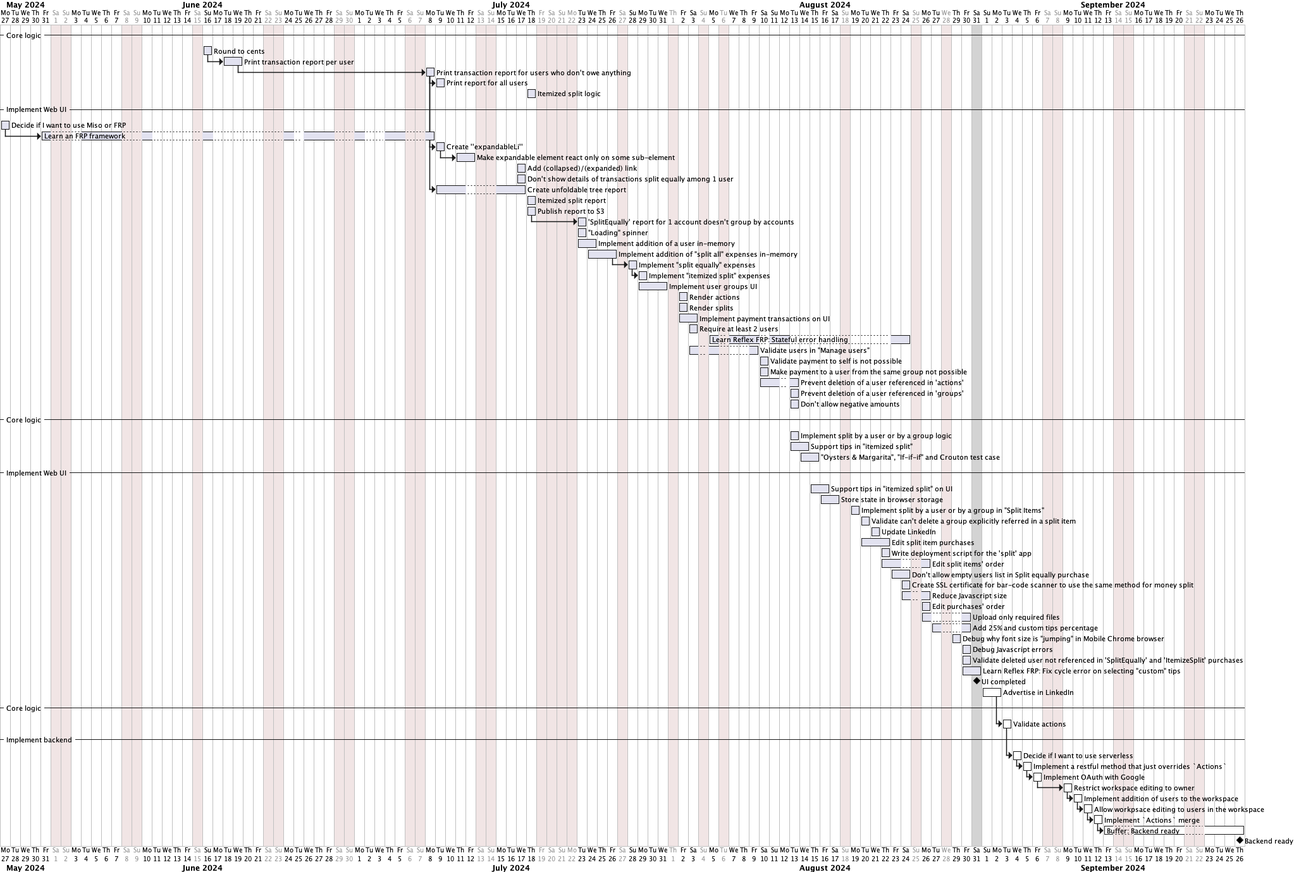
The PlantUML diagram plan.png in tellary/split, before a commit.
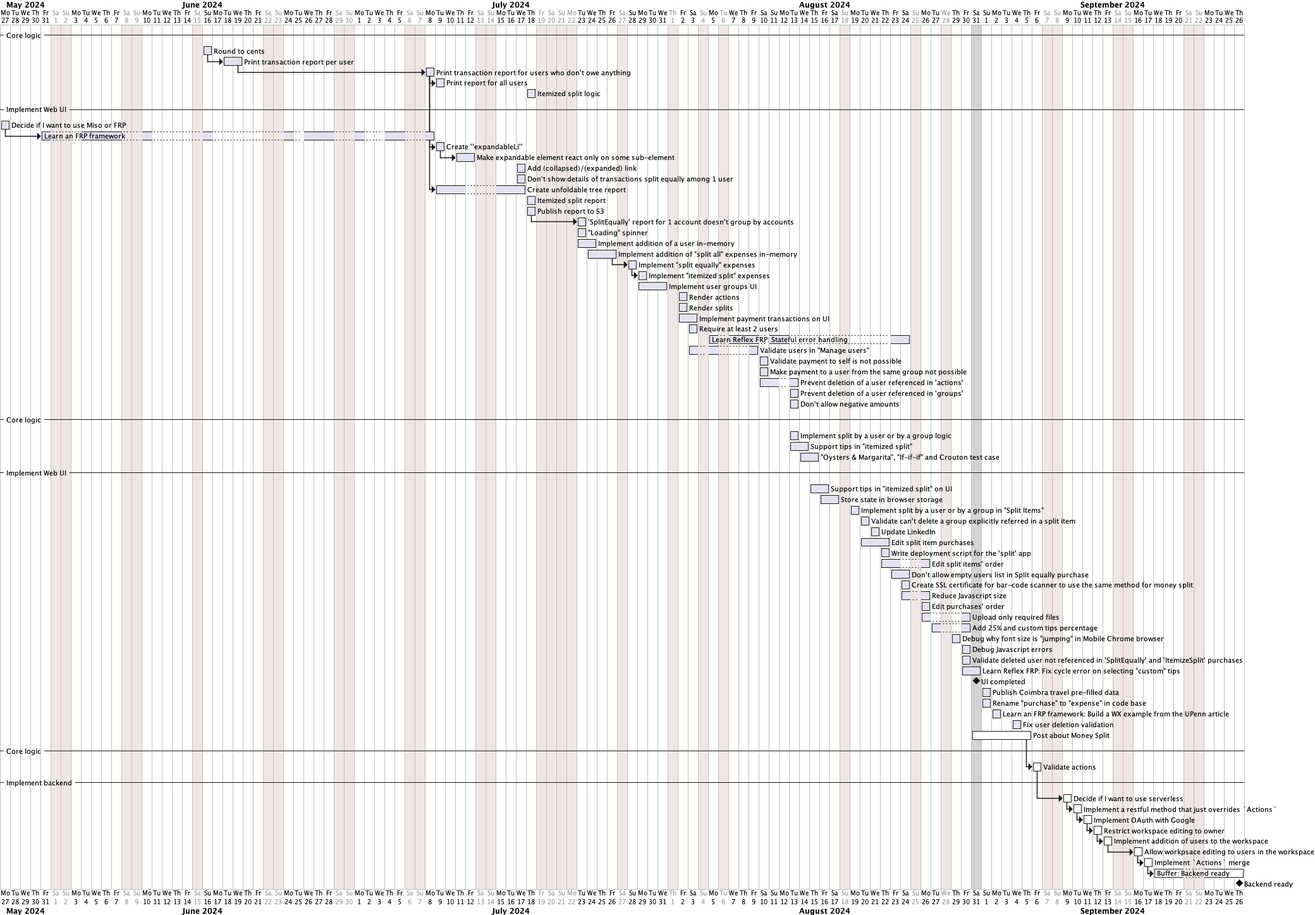
Above is the later version.

Change to the diagram source:
```diff
@@ -110,11 +110,15 @@
 2024-08-31 is open
 2024-09-01 is open
 [UI completed] happens on 2024-08-31
-[Advertise in LinkedIn] is 0% completed and starts on 2024-09-01 and requires 2 days
+[Publish Coimbra travel pre-filled data] starts on 2024-09-01
+[Rename "purchase" to "expense" in code base] starts on 2024-09-01
+[Learn an FRP framework: Build a WX example from the UPenn article] starts on 2024-09-02
+[Fix user deletion validation] starts on 2024-09-04
+[Post about Money Split] is 0% completed and starts on 2024-08-31 and ends on 2024-09-05
 
 -- Core logic --
 
-[Validate actions] is 0% completed and starts at [Advertise in LinkedIn]'s end
+[Validate actions] is 0% completed and starts at [Post about Money Split]'s end
 
 -- Implement backend --
 
```
